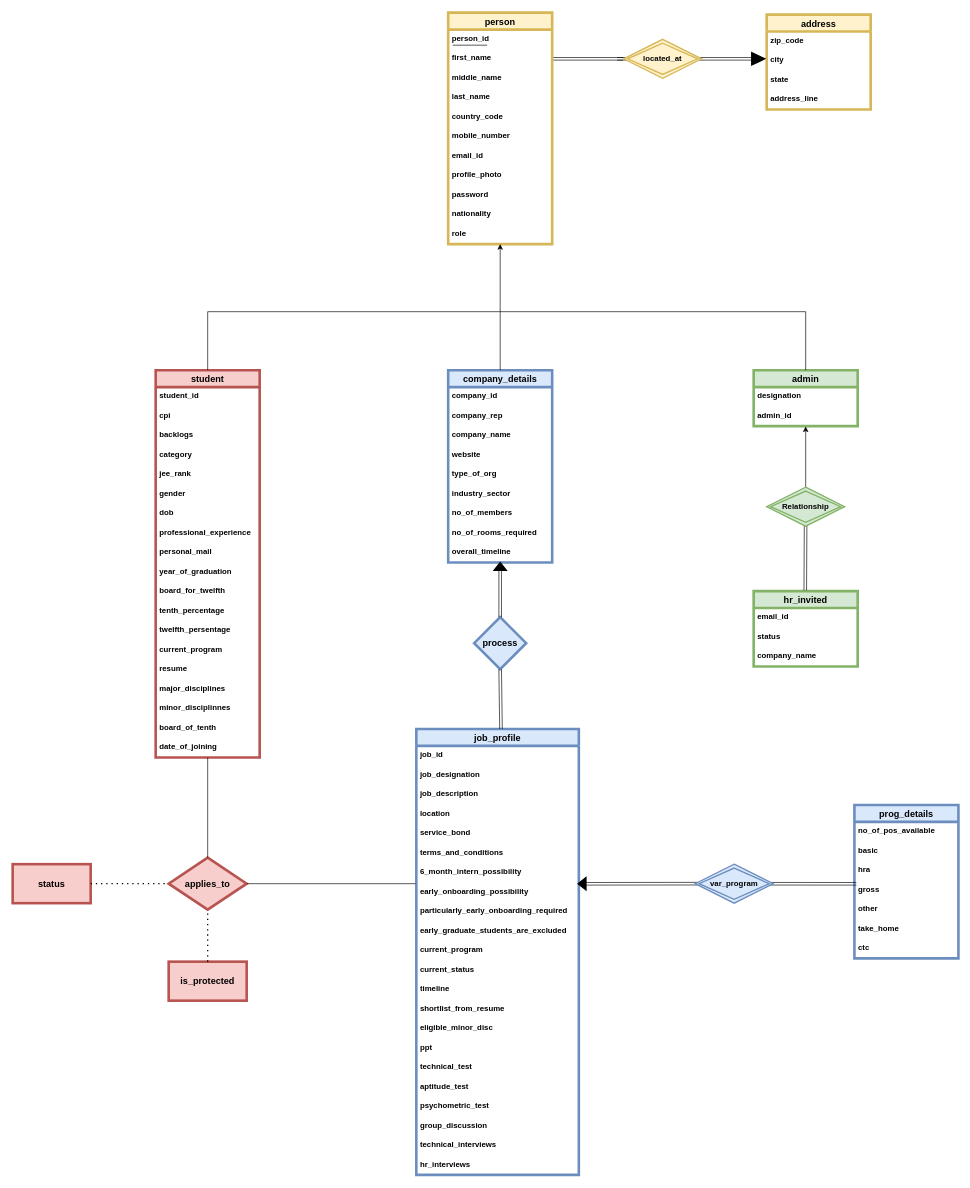
Earlier version of the draw.io diagram ER_DBMS_ASSIGNMENT_1.drawio (Kamalkvaishnav/DBMS). Source tidied: cells renumbered, new cells numbered last; positions are measured from the earlier drawing's top-left corner, leaving out a move shared by most shapes. Both pictures are drawn from the tidied source at 65%, with x=0, y=0 at pixel (12, 12).
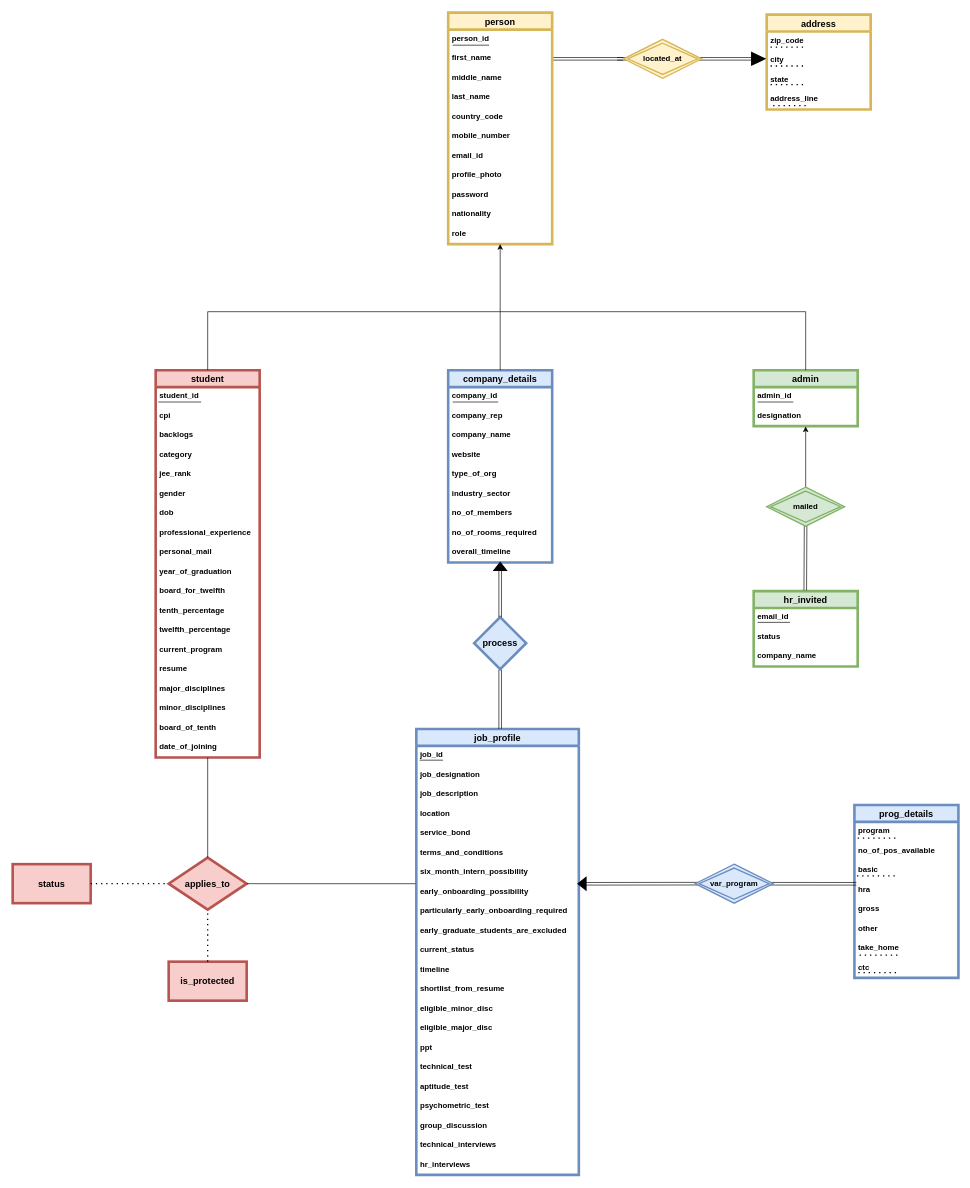
After the change.

Unchanged cells that the change refers to:
```xml
<mxCell id="2" value="person" style="swimlane;fontStyle=1;horizontal=1;startSize=26;align=center;fontSize=14;fillColor=#fff2cc;strokeColor=#d6b656;strokeWidth=4;" parent="1" vertex="1">
  <mxGeometry x="670" width="160" height="356" as="geometry" />
</mxCell>
<mxCell id="15" value="address" style="swimlane;fontStyle=1;horizontal=1;startSize=26;align=center;fontSize=14;strokeWidth=4;fillColor=#fff2cc;strokeColor=#d6b656;" parent="1" vertex="1">
  <mxGeometry x="1160" y="3" width="160" height="146" as="geometry" />
</mxCell>
<mxCell id="20" value="student" style="swimlane;fontStyle=1;horizontal=1;startSize=26;align=center;fontSize=14;strokeWidth=4;fillColor=#f8cecc;strokeColor=#b85450;" parent="1" vertex="1">
  <mxGeometry x="220" y="550" width="160" height="596" as="geometry" />
</mxCell>
<mxCell id="40" value="job_profile" style="swimlane;fontStyle=1;horizontal=1;startSize=26;align=center;fontSize=14;strokeWidth=4;fillColor=#dae8fc;strokeColor=#6c8ebf;" parent="1" vertex="1">
  <mxGeometry x="621" y="1102" width="250" height="686" as="geometry" />
</mxCell>
<mxCell id="71" value="admin" style="swimlane;fontStyle=1;horizontal=1;startSize=26;align=center;fontSize=14;strokeWidth=4;fillColor=#d5e8d4;strokeColor=#82b366;" parent="1" vertex="1">
  <mxGeometry x="1140" y="550" width="160" height="86" as="geometry" />
</mxCell>
<mxCell id="74" value="hr_invited" style="swimlane;fontStyle=1;horizontal=1;startSize=26;align=center;fontSize=14;strokeWidth=4;fillColor=#d5e8d4;strokeColor=#82b366;" parent="1" vertex="1">
  <mxGeometry x="1140" y="890" width="160" height="116" as="geometry" />
</mxCell>
<mxCell id="78" value="company_details" style="swimlane;fontStyle=1;horizontal=1;startSize=26;align=center;fontSize=14;strokeWidth=4;fillColor=#dae8fc;strokeColor=#6c8ebf;" parent="1" vertex="1">
  <mxGeometry x="670" y="550" width="160" height="296" as="geometry" />
</mxCell>
<mxCell id="100" value="process" style="rhombus;whiteSpace=wrap;html=1;strokeWidth=4;fillColor=#dae8fc;strokeColor=#6c8ebf;fontSize=14;fontStyle=1;startSize=26;" parent="1" vertex="1">
  <mxGeometry x="710" y="930" width="80" height="80" as="geometry" />
</mxCell>
```

Diff of the diagram source:
```diff
@@
-    <mxCell id="4" style="endArrow=none;html=1;rounded=0;fontSize=14;startSize=1;endSize=13;sourcePerimeterSpacing=-7;targetPerimeterSpacing=-9;" parent="2" edge="1">
-      <mxGeometry relative="1" as="geometry">
-        <mxPoint x="7" y="50" as="sourcePoint" />
-        <mxPoint x="60" y="50" as="targetPoint" />
-      </mxGeometry>
-    </mxCell>
+    <mxCell id="117" style="endArrow=none;html=1;rounded=0;shadow=0;fontSize=14;startSize=13;endSize=13;sourcePerimeterSpacing=-14;targetPerimeterSpacing=-7;" parent="2" edge="1">
+      <mxGeometry relative="1" as="geometry">
+        <mxPoint x="7" y="50" as="sourcePoint" />
+        <mxPoint x="63" y="50" as="targetPoint" />
+      </mxGeometry>
+    </mxCell>
@@
+    <mxCell id="118" style="endArrow=none;dashed=1;html=1;dashPattern=1 3;strokeWidth=2;rounded=0;shadow=0;fontSize=14;startSize=13;endSize=13;sourcePerimeterSpacing=-14;targetPerimeterSpacing=-7;" parent="15" edge="1">
+      <mxGeometry relative="1" as="geometry">
+        <mxPoint x="6" y="50" as="sourcePoint" />
+        <mxPoint x="62" y="50" as="targetPoint" />
+      </mxGeometry>
+    </mxCell>
@@
+    <mxCell id="119" style="endArrow=none;dashed=1;html=1;dashPattern=1 3;strokeWidth=2;rounded=0;shadow=0;fontSize=14;startSize=13;endSize=13;sourcePerimeterSpacing=-14;targetPerimeterSpacing=-7;" parent="15" edge="1">
+      <mxGeometry relative="1" as="geometry">
+        <mxPoint x="6" y="79" as="sourcePoint" />
+        <mxPoint x="62" y="79" as="targetPoint" />
+      </mxGeometry>
+    </mxCell>
@@
+    <mxCell id="120" style="endArrow=none;dashed=1;html=1;dashPattern=1 3;strokeWidth=2;rounded=0;shadow=0;fontSize=14;startSize=13;endSize=13;sourcePerimeterSpacing=-14;targetPerimeterSpacing=-7;" parent="15" edge="1">
+      <mxGeometry relative="1" as="geometry">
+        <mxPoint x="6" y="107.8" as="sourcePoint" />
+        <mxPoint x="62" y="107.8" as="targetPoint" />
+      </mxGeometry>
+    </mxCell>
@@
+    <mxCell id="121" style="endArrow=none;dashed=1;html=1;dashPattern=1 3;strokeWidth=2;rounded=0;shadow=0;fontSize=14;startSize=13;endSize=13;sourcePerimeterSpacing=-14;targetPerimeterSpacing=-7;" parent="15" edge="1">
+      <mxGeometry relative="1" as="geometry">
+        <mxPoint x="10" y="140" as="sourcePoint" />
+        <mxPoint x="66" y="140" as="targetPoint" />
+      </mxGeometry>
+    </mxCell>
@@
+    <mxCell id="122" style="endArrow=none;html=1;rounded=0;shadow=0;fontSize=14;startSize=13;endSize=13;sourcePerimeterSpacing=-14;targetPerimeterSpacing=-7;" parent="20" edge="1">
+      <mxGeometry relative="1" as="geometry">
+        <mxPoint x="4" y="49" as="sourcePoint" />
+        <mxPoint x="70" y="49" as="targetPoint" />
+      </mxGeometry>
+    </mxCell>
@@
-    <mxCell id="33" value="twelfth_persentage" style="text;strokeColor=none;fillColor=none;spacingLeft=4;spacingRight=4;overflow=hidden;fontSize=12;fontStyle=1;" parent="20" vertex="1">
+    <mxCell id="33" value="twelfth_percentage" style="text;strokeColor=none;fillColor=none;spacingLeft=4;spacingRight=4;overflow=hidden;fontSize=12;fontStyle=1;" parent="20" vertex="1">
       <mxGeometry y="386" width="160" height="30" as="geometry" />
     </mxCell>
@@
-    <mxCell id="37" value="minor_disciplinnes " style="text;strokeColor=none;fillColor=none;spacingLeft=4;spacingRight=4;overflow=hidden;fontSize=12;fontStyle=1;" parent="20" vertex="1">
+    <mxCell id="37" value="minor_disciplines " style="text;strokeColor=none;fillColor=none;spacingLeft=4;spacingRight=4;overflow=hidden;fontSize=12;fontStyle=1;" parent="20" vertex="1">
       <mxGeometry y="506" width="160" height="30" as="geometry" />
     </mxCell>
@@
+    <mxCell id="123" style="endArrow=none;html=1;rounded=0;shadow=0;fontSize=14;startSize=13;endSize=13;sourcePerimeterSpacing=-14;targetPerimeterSpacing=-7;" parent="40" edge="1">
+      <mxGeometry relative="1" as="geometry">
+        <mxPoint x="5" y="48" as="sourcePoint" />
+        <mxPoint x="41" y="48" as="targetPoint" />
+      </mxGeometry>
+    </mxCell>
@@
-    <mxCell id="47" value="6_month_intern_possibility" style="text;strokeColor=none;fillColor=none;spacingLeft=4;spacingRight=4;overflow=hidden;fontSize=12;fontStyle=1;" parent="40" vertex="1">
+    <mxCell id="47" value="six_month_intern_possibility" style="text;strokeColor=none;fillColor=none;spacingLeft=4;spacingRight=4;overflow=hidden;fontSize=12;fontStyle=1;" parent="40" vertex="1">
       <mxGeometry y="206" width="250" height="30" as="geometry" />
     </mxCell>
@@
-    <mxCell id="51" value="current_program" style="text;strokeColor=none;fillColor=none;spacingLeft=4;spacingRight=4;overflow=hidden;fontSize=12;fontStyle=1;" parent="40" vertex="1">
-      <mxGeometry y="326" width="250" height="30" as="geometry" />
-    </mxCell>
     <mxCell id="52" value="current_status" style="text;strokeColor=none;fillColor=none;spacingLeft=4;spacingRight=4;overflow=hidden;fontSize=12;fontStyle=1;" parent="40" vertex="1">
-      <mxGeometry y="356" width="250" height="30" as="geometry" />
+      <mxGeometry y="326" width="250" height="30" as="geometry" />
     </mxCell>
     <mxCell id="53" value="timeline" style="text;strokeColor=none;fillColor=none;spacingLeft=4;spacingRight=4;overflow=hidden;fontSize=12;fontStyle=1;" parent="40" vertex="1">
-      <mxGeometry y="386" width="250" height="30" as="geometry" />
+      <mxGeometry y="356" width="250" height="30" as="geometry" />
     </mxCell>
     <mxCell id="54" value="shortlist_from_resume" style="text;strokeColor=none;fillColor=none;spacingLeft=4;spacingRight=4;overflow=hidden;fontSize=12;fontStyle=1;" parent="40" vertex="1">
-      <mxGeometry y="416" width="250" height="30" as="geometry" />
+      <mxGeometry y="386" width="250" height="30" as="geometry" />
     </mxCell>
     <mxCell id="55" value="eligible_minor_disc" style="text;strokeColor=none;fillColor=none;spacingLeft=4;spacingRight=4;overflow=hidden;fontSize=12;fontStyle=1;" parent="40" vertex="1">
-      <mxGeometry y="446" width="250" height="30" as="geometry" />
+      <mxGeometry y="416" width="250" height="30" as="geometry" />
     </mxCell>
+    <mxCell id="124" value="eligible_major_disc" style="text;strokeColor=none;fillColor=none;spacingLeft=4;spacingRight=4;overflow=hidden;fontSize=12;fontStyle=1;" parent="40" vertex="1">
+      <mxGeometry y="446" width="250" height="30" as="geometry" />
+    </mxCell>
@@
     <mxCell id="63" value="prog_details" style="swimlane;fontStyle=1;horizontal=1;startSize=26;align=center;fontSize=14;strokeWidth=4;fillColor=#dae8fc;strokeColor=#6c8ebf;" parent="1" vertex="1">
-      <mxGeometry x="1295" y="1219" width="160" height="236" as="geometry" />
+      <mxGeometry x="1295" y="1219" width="160" height="266" as="geometry" />
     </mxCell>
+    <mxCell id="125" value="program" style="text;strokeColor=none;fillColor=none;spacingLeft=4;spacingRight=4;overflow=hidden;fontSize=12;fontStyle=1;" parent="63" vertex="1">
+      <mxGeometry y="26" width="160" height="30" as="geometry" />
+    </mxCell>
+    <mxCell id="126" style="endArrow=none;dashed=1;html=1;dashPattern=1 3;strokeWidth=2;rounded=0;shadow=0;fontSize=14;startSize=13;endSize=13;sourcePerimeterSpacing=-14;targetPerimeterSpacing=-7;" parent="63" edge="1">
+      <mxGeometry relative="1" as="geometry">
+        <mxPoint x="5" y="51" as="sourcePoint" />
+        <mxPoint x="65" y="51" as="targetPoint" />
+      </mxGeometry>
+    </mxCell>
     <mxCell id="64" value="no_of_pos_available" style="text;strokeColor=none;fillColor=none;spacingLeft=4;spacingRight=4;overflow=hidden;fontSize=12;fontStyle=1;" parent="63" vertex="1">
-      <mxGeometry y="26" width="160" height="30" as="geometry" />
+      <mxGeometry y="56" width="160" height="30" as="geometry" />
     </mxCell>
     <mxCell id="65" value="basic" style="text;strokeColor=none;fillColor=none;spacingLeft=4;spacingRight=4;overflow=hidden;fontSize=12;fontStyle=1;" parent="63" vertex="1">
-      <mxGeometry y="56" width="160" height="30" as="geometry" />
+      <mxGeometry y="86" width="160" height="30" as="geometry" />
     </mxCell>
     <mxCell id="66" value="hra" style="text;strokeColor=none;fillColor=none;spacingLeft=4;spacingRight=4;overflow=hidden;fontSize=12;fontStyle=1;" parent="63" vertex="1">
-      <mxGeometry y="86" width="160" height="30" as="geometry" />
+      <mxGeometry y="116" width="160" height="30" as="geometry" />
     </mxCell>
     <mxCell id="67" value="gross" style="text;strokeColor=none;fillColor=none;spacingLeft=4;spacingRight=4;overflow=hidden;fontSize=12;fontStyle=1;" parent="63" vertex="1">
-      <mxGeometry y="116" width="160" height="30" as="geometry" />
+      <mxGeometry y="146" width="160" height="30" as="geometry" />
     </mxCell>
     <mxCell id="68" value="other" style="text;strokeColor=none;fillColor=none;spacingLeft=4;spacingRight=4;overflow=hidden;fontSize=12;fontStyle=1;" parent="63" vertex="1">
-      <mxGeometry y="146" width="160" height="30" as="geometry" />
+      <mxGeometry y="176" width="160" height="30" as="geometry" />
     </mxCell>
     <mxCell id="69" value="take_home" style="text;strokeColor=none;fillColor=none;spacingLeft=4;spacingRight=4;overflow=hidden;fontSize=12;fontStyle=1;" parent="63" vertex="1">
-      <mxGeometry y="176" width="160" height="30" as="geometry" />
+      <mxGeometry y="206" width="160" height="30" as="geometry" />
     </mxCell>
     <mxCell id="70" value="ctc" style="text;strokeColor=none;fillColor=none;spacingLeft=4;spacingRight=4;overflow=hidden;fontSize=12;fontStyle=1;" parent="63" vertex="1">
-      <mxGeometry y="206" width="160" height="30" as="geometry" />
+      <mxGeometry y="236" width="160" height="30" as="geometry" />
     </mxCell>
@@
+    <mxCell id="73" value="admin_id" style="text;strokeColor=none;fillColor=none;spacingLeft=4;spacingRight=4;overflow=hidden;fontSize=12;fontStyle=1;" parent="71" vertex="1">
+      <mxGeometry y="26" width="160" height="30" as="geometry" />
+    </mxCell>
+    <mxCell id="127" style="endArrow=none;html=1;rounded=0;shadow=0;fontSize=14;startSize=13;endSize=13;sourcePerimeterSpacing=-14;targetPerimeterSpacing=-7;" parent="71" edge="1">
+      <mxGeometry relative="1" as="geometry">
+        <mxPoint x="6" y="49" as="sourcePoint" />
+        <mxPoint x="61" y="49" as="targetPoint" />
+      </mxGeometry>
+    </mxCell>
     <mxCell id="72" value="designation" style="text;strokeColor=none;fillColor=none;spacingLeft=4;spacingRight=4;overflow=hidden;fontSize=12;fontStyle=1;" parent="71" vertex="1">
-      <mxGeometry y="26" width="160" height="30" as="geometry" />
+      <mxGeometry y="56" width="160" height="30" as="geometry" />
     </mxCell>
-    <mxCell id="73" value="admin_id" style="text;strokeColor=none;fillColor=none;spacingLeft=4;spacingRight=4;overflow=hidden;fontSize=12;fontStyle=1;" parent="71" vertex="1">
-      <mxGeometry y="56" width="160" height="30" as="geometry" />
-    </mxCell>
@@
+    <mxCell id="128" style="endArrow=none;html=1;rounded=0;shadow=0;fontSize=14;startSize=13;endSize=13;sourcePerimeterSpacing=-14;targetPerimeterSpacing=-7;" parent="74" edge="1">
+      <mxGeometry relative="1" as="geometry">
+        <mxPoint x="6" y="48" as="sourcePoint" />
+        <mxPoint x="56" y="48" as="targetPoint" />
+      </mxGeometry>
+    </mxCell>
@@
+    <mxCell id="129" style="endArrow=none;html=1;rounded=0;shadow=0;fontSize=14;startSize=13;endSize=13;sourcePerimeterSpacing=-14;targetPerimeterSpacing=-7;" parent="78" edge="1">
+      <mxGeometry relative="1" as="geometry">
+        <mxPoint x="7" y="49" as="sourcePoint" />
+        <mxPoint x="77" y="49" as="targetPoint" />
+      </mxGeometry>
+    </mxCell>
@@
-    <mxCell id="102" style="endArrow=none;html=1;rounded=0;entryX=0.5;entryY=1;entryDx=0;entryDy=0;exitX=0.521;exitY=0;exitDx=0;exitDy=0;exitPerimeter=0;fontStyle=1;shape=link;" parent="1" edge="1" source="40" target="100">
+    <mxCell id="102" style="endArrow=none;html=1;rounded=0;entryX=0.5;entryY=1.011;entryDx=0;entryDy=0;exitX=0.516;exitY=0;exitDx=0;exitDy=0;exitPerimeter=0;fontStyle=1;shape=link;entryPerimeter=0;" parent="1" edge="1" source="40" target="100">
       <mxGeometry relative="1" as="geometry" />
     </mxCell>
@@
-    <mxCell id="113" value="Relationship" style="shape=rhombus;double=1;perimeter=rhombusPerimeter;whiteSpace=wrap;html=1;align=center;fillStyle=auto;strokeWidth=2;fillColor=#d5e8d4;strokeColor=#82b366;fontStyle=1;" parent="1" vertex="1">
+    <mxCell id="113" value="mailed" style="shape=rhombus;double=1;perimeter=rhombusPerimeter;whiteSpace=wrap;html=1;align=center;fillStyle=auto;strokeWidth=2;fillColor=#d5e8d4;strokeColor=#82b366;fontStyle=1;" parent="1" vertex="1">
       <mxGeometry x="1160" y="730" width="120" height="60" as="geometry" />
     </mxCell>
@@
+    <mxCell id="130" style="endArrow=none;dashed=1;html=1;dashPattern=1 3;strokeWidth=2;rounded=0;shadow=0;fontSize=14;startSize=13;endSize=13;sourcePerimeterSpacing=-14;targetPerimeterSpacing=-7;" parent="1" edge="1">
+      <mxGeometry relative="1" as="geometry">
+        <mxPoint x="1299" y="1328" as="sourcePoint" />
+        <mxPoint x="1359" y="1328" as="targetPoint" />
+      </mxGeometry>
+    </mxCell>
+    <mxCell id="131" style="endArrow=none;dashed=1;html=1;dashPattern=1 3;strokeWidth=2;rounded=0;shadow=0;fontSize=14;startSize=13;endSize=13;sourcePerimeterSpacing=-14;targetPerimeterSpacing=-7;" parent="1" edge="1">
+      <mxGeometry relative="1" as="geometry">
+        <mxPoint x="1303" y="1450" as="sourcePoint" />
+        <mxPoint x="1363" y="1450" as="targetPoint" />
+      </mxGeometry>
+    </mxCell>
+    <mxCell id="132" style="endArrow=none;dashed=1;html=1;dashPattern=1 3;strokeWidth=2;rounded=0;shadow=0;fontSize=14;startSize=13;endSize=13;sourcePerimeterSpacing=-14;targetPerimeterSpacing=-7;" parent="1" edge="1">
+      <mxGeometry relative="1" as="geometry">
+        <mxPoint x="1301" y="1477" as="sourcePoint" />
+        <mxPoint x="1361" y="1477" as="targetPoint" />
+      </mxGeometry>
+    </mxCell>
```
